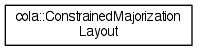
Before: documentation/inherit_graph_16.png, a diagram exported from Graphviz (mjwybrow/adaptagrams). Its source is kept beside it as documentation/inherit_graph_16.dot. Source of this version:
```dot
digraph "Graphical Class Hierarchy"
{
  edge [fontname="Helvetica",fontsize="10",labelfontname="Helvetica",labelfontsize="10"];
  node [fontname="Helvetica",fontsize="10",shape=record];
  rankdir="LR";
  Node1 [label="cola::ConstrainedMajorization\lLayout",height=0.2,width=0.4,color="black", fillcolor="white", style="filled",URL="$classcola_1_1ConstrainedMajorizationLayout.html",tooltip="Implements the Constrained Majorization graph layout algorithm (deprecated)."];
}
```
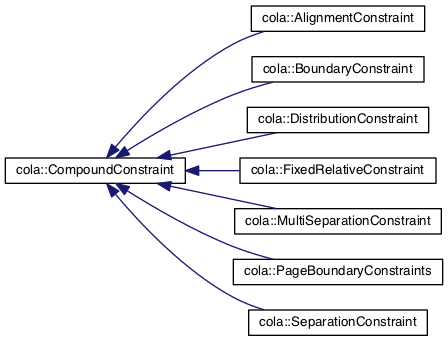
The same diagram one commit later.

The edit, as a diff of the source:
```diff
@@ -3,5 +3,19 @@
   edge [fontname="Helvetica",fontsize="10",labelfontname="Helvetica",labelfontsize="10"];
   node [fontname="Helvetica",fontsize="10",shape=record];
   rankdir="LR";
-  Node1 [label="cola::ConstrainedMajorization\lLayout",height=0.2,width=0.4,color="black", fillcolor="white", style="filled",URL="$classcola_1_1ConstrainedMajorizationLayout.html",tooltip="Implements the Constrained Majorization graph layout algorithm (deprecated)."];
+  Node1 [label="cola::CompoundConstraint",height=0.2,width=0.4,color="black", fillcolor="white", style="filled",URL="$classcola_1_1CompoundConstraint.html",tooltip="An abstract base class for all high-level compound constraints. "];
+  Node1 -> Node2 [dir="back",color="midnightblue",fontsize="10",style="solid",fontname="Helvetica"];
+  Node2 [label="cola::AlignmentConstraint",height=0.2,width=0.4,color="black", fillcolor="white", style="filled",URL="$classcola_1_1AlignmentConstraint.html",tooltip="An alignment constraint specifies a alignment line that a set of nodes must be constrained to by an e..."];
+  Node1 -> Node3 [dir="back",color="midnightblue",fontsize="10",style="solid",fontname="Helvetica"];
+  Node3 [label="cola::BoundaryConstraint",height=0.2,width=0.4,color="black", fillcolor="white", style="filled",URL="$classcola_1_1BoundaryConstraint.html",tooltip="A boundary constraint specifies a bounding line that a set of nodes must be either to the left or rig..."];
+  Node1 -> Node4 [dir="back",color="midnightblue",fontsize="10",style="solid",fontname="Helvetica"];
+  Node4 [label="cola::DistributionConstraint",height=0.2,width=0.4,color="black", fillcolor="white", style="filled",URL="$classcola_1_1DistributionConstraint.html",tooltip="A distribution constraint specifies an ordered set of alignment constraints and a fixed separation re..."];
+  Node1 -> Node5 [dir="back",color="midnightblue",fontsize="10",style="solid",fontname="Helvetica"];
+  Node5 [label="cola::FixedRelativeConstraint",height=0.2,width=0.4,color="black", fillcolor="white", style="filled",URL="$classcola_1_1FixedRelativeConstraint.html",tooltip="A fixed-relative constraint specifies that a group of nodes are constrained to be fixed in position r..."];
+  Node1 -> Node6 [dir="back",color="midnightblue",fontsize="10",style="solid",fontname="Helvetica"];
+  Node6 [label="cola::MultiSeparationConstraint",height=0.2,width=0.4,color="black", fillcolor="white", style="filled",URL="$classcola_1_1MultiSeparationConstraint.html",tooltip="A multi-separation constraint Specifies a set of horizontal or vertical equal spacing constraints bet..."];
+  Node1 -> Node7 [dir="back",color="midnightblue",fontsize="10",style="solid",fontname="Helvetica"];
+  Node7 [label="cola::PageBoundaryConstraints",height=0.2,width=0.4,color="black", fillcolor="white", style="filled",URL="$classcola_1_1PageBoundaryConstraints.html",tooltip="A page boundary contraint specifies constraints that attempt to keep the given nodes within a defined..."];
+  Node1 -> Node8 [dir="back",color="midnightblue",fontsize="10",style="solid",fontname="Helvetica"];
+  Node8 [label="cola::SeparationConstraint",height=0.2,width=0.4,color="black", fillcolor="white", style="filled",URL="$classcola_1_1SeparationConstraint.html",tooltip="A separation constraint specifies a simple horizontal or vertical spacing constraint between 2 nodes ..."];
 }
```
